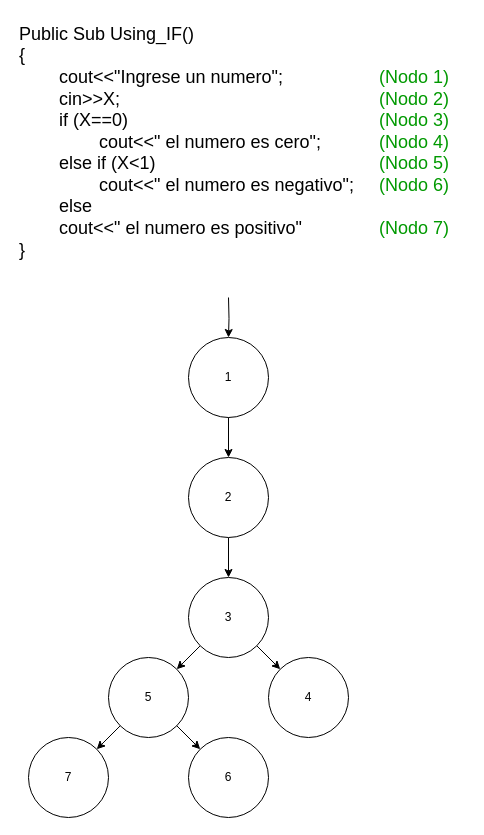
Above: page "Grafo_de_flujo_1A_V2" (1 of 3) of Grafos_TP4_MII.drawio in JEOrellano/draw.io_TP4_G12_MII_TUSI (draw.io), before the change. Source tidied: cells renumbered, new cells numbered last; positions are measured from the earlier drawing's top-left corner, leaving out a move shared by most shapes. Both pictures are drawn from the tidied source at 100%, with x=0, y=0 at pixel (17, 17).
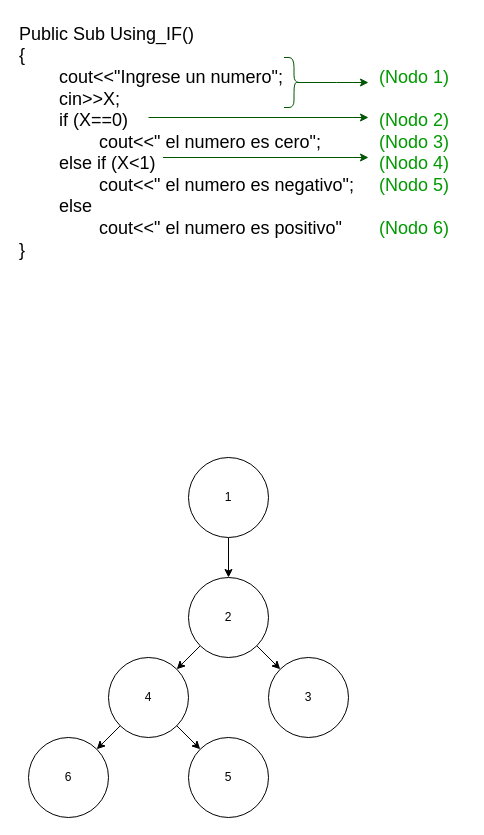
After the change.

Diff of the diagram source:
```diff
@@
-    <mxCell id="2" value="&lt;div&gt;&lt;span style=&quot;font-size: 18px;&quot;&gt;Public Sub Using_IF()&lt;/span&gt;&lt;/div&gt;&lt;div&gt;&lt;span style=&quot;font-size: 18px; background-color: initial;&quot;&gt;{&lt;/span&gt;&lt;br&gt;&lt;/div&gt;&lt;div&gt;&lt;span style=&quot;background-color: initial; font-size: 18px;&quot;&gt;&lt;span style=&quot;white-space: pre;&quot;&gt;&#9;&lt;/span&gt;cout&amp;lt;&amp;lt;&quot;Ingrese un numero&quot;;&lt;span style=&quot;white-space: pre;&quot;&gt;&#9;&lt;/span&gt;&lt;span style=&quot;white-space: pre;&quot;&gt;&#9;&lt;/span&gt;&lt;span style=&quot;white-space: pre;&quot;&gt;&#9;&lt;/span&gt;&lt;font color=&quot;#009900&quot;&gt;(Nodo 1)&lt;/font&gt;&lt;/span&gt;&lt;br&gt;&lt;/div&gt;&lt;div&gt;&lt;span style=&quot;font-size: 18px;&quot;&gt;&lt;span style=&quot;white-space: pre;&quot;&gt;&#9;&lt;/span&gt;cin&amp;gt;&amp;gt;X;&lt;span style=&quot;white-space: pre;&quot;&gt;&#9;&lt;/span&gt;&lt;span style=&quot;white-space: pre;&quot;&gt;&#9;&lt;/span&gt;&lt;span style=&quot;white-space: pre;&quot;&gt;&#9;&lt;/span&gt;&lt;span style=&quot;white-space: pre;&quot;&gt;&#9;&lt;/span&gt;&lt;span style=&quot;white-space: pre;&quot;&gt;&#9;&lt;/span&gt;&lt;span style=&quot;white-space: pre;&quot;&gt;&#9;&lt;/span&gt;&lt;span style=&quot;white-space: pre;&quot;&gt;&#9;&lt;/span&gt;&lt;font color=&quot;#009900&quot;&gt;(Nodo 2)&lt;/font&gt;&lt;/span&gt;&lt;/div&gt;&lt;div&gt;&lt;span style=&quot;font-size: 18px;&quot;&gt;&lt;span style=&quot;white-space: pre;&quot;&gt;&#9;&lt;/span&gt;if (X==0)&lt;span style=&quot;white-space: pre;&quot;&gt;&#9;&lt;/span&gt;&lt;span style=&quot;white-space: pre;&quot;&gt;&#9;&lt;/span&gt;&lt;span style=&quot;white-space: pre;&quot;&gt;&#9;&lt;/span&gt;&lt;span style=&quot;white-space: pre;&quot;&gt;&#9;&lt;/span&gt;&lt;span style=&quot;white-space: pre;&quot;&gt;&#9;&lt;/span&gt;&lt;span style=&quot;white-space: pre;&quot;&gt;&#9;&lt;/span&gt;&lt;span style=&quot;white-space: pre;&quot;&gt;&#9;&lt;/span&gt;&lt;font color=&quot;#009900&quot;&gt;(Nodo 3)&lt;/font&gt;&lt;/span&gt;&lt;/div&gt;&lt;div&gt;&lt;span style=&quot;font-size: 18px;&quot;&gt;&lt;span style=&quot;white-space: pre;&quot;&gt;&#9;&lt;/span&gt;&lt;span style=&quot;white-space: pre;&quot;&gt;&#9;&lt;/span&gt;cout&amp;lt;&amp;lt;&quot; el numero es cero&quot;;&lt;span style=&quot;white-space: pre;&quot;&gt;&#9;&lt;/span&gt;&lt;span style=&quot;white-space: pre;&quot;&gt;&#9;&lt;/span&gt;&lt;font color=&quot;#009900&quot;&gt;(Nodo 4)&lt;/font&gt;&lt;/span&gt;&lt;/div&gt;&lt;div&gt;&lt;span style=&quot;font-size: 18px;&quot;&gt;&lt;span style=&quot;white-space: pre;&quot;&gt;&#9;&lt;/span&gt;else if (X&amp;lt;1)&lt;span style=&quot;white-space: pre;&quot;&gt;&#9;&lt;/span&gt;&lt;span style=&quot;white-space: pre;&quot;&gt;&#9;&lt;/span&gt;&lt;span style=&quot;white-space: pre;&quot;&gt;&#9;&lt;/span&gt;&lt;span style=&quot;white-space: pre;&quot;&gt;&#9;&lt;/span&gt;&lt;span style=&quot;white-space: pre;&quot;&gt;&#9;&lt;/span&gt;&lt;span style=&quot;white-space: pre;&quot;&gt;&#9;&lt;/span&gt;&lt;font color=&quot;#009900&quot;&gt;(Nodo 5)&lt;/font&gt;&lt;/span&gt;&lt;/div&gt;&lt;div&gt;&lt;span style=&quot;font-size: 18px; background-color: initial;&quot;&gt;&lt;span style=&quot;white-space: pre;&quot;&gt;&#9;&lt;/span&gt;&lt;span style=&quot;white-space: pre;&quot;&gt;&#9;&lt;/span&gt;cout&amp;lt;&amp;lt;&quot; el numero es negativo&quot;;&lt;span style=&quot;white-space: pre;&quot;&gt;&#9;&lt;/span&gt;&lt;font color=&quot;#009900&quot;&gt;(Nodo 6)&lt;/font&gt;&lt;/span&gt;&lt;br&gt;&lt;/div&gt;&lt;div&gt;&lt;span style=&quot;font-size: 18px;&quot;&gt;&lt;span style=&quot;white-space: pre;&quot;&gt;&#9;&lt;/span&gt;else&lt;/span&gt;&lt;/div&gt;&lt;div&gt;&lt;span style=&quot;font-size: 18px;&quot;&gt;&lt;span style=&quot;white-space: pre;&quot;&gt;&#9;&lt;/span&gt;cout&amp;lt;&amp;lt;&quot; el numero es positivo&quot;&lt;span style=&quot;white-space: pre;&quot;&gt;&#9;&lt;/span&gt;&lt;span style=&quot;white-space: pre;&quot;&gt;&#9;&lt;/span&gt;&lt;font color=&quot;#009900&quot;&gt;(Nodo 7)&lt;/font&gt;&lt;/span&gt;&lt;/div&gt;&lt;div&gt;&lt;span style=&quot;font-size: 18px;&quot;&gt;}&lt;br&gt;&lt;/span&gt;&lt;/div&gt;" style="text;html=1;align=left;verticalAlign=middle;strokeColor=none;fillColor=none;" parent="1" vertex="1">
-      <mxGeometry width="450" height="250" as="geometry" />
-    </mxCell>
-    <mxCell id="3" style="edgeStyle=orthogonalEdgeStyle;rounded=0;jettySize=auto;html=1;entryX=0.5;entryY=0;entryDx=0;entryDy=0;" parent="1" edge="1" target="4">
-      <mxGeometry relative="1" as="geometry">
-        <mxPoint x="211" y="280" as="sourcePoint" />
-      </mxGeometry>
-    </mxCell>
-    <mxCell id="4" value="1" style="ellipse;whiteSpace=wrap;html=1;" parent="1" vertex="1">
-      <mxGeometry x="171" y="320" width="80" height="80" as="geometry" />
-    </mxCell>
@@
-    <mxCell id="7" value="2" style="ellipse;whiteSpace=wrap;html=1;" parent="1" vertex="1">
+    <mxCell id="7" value="1" style="ellipse;whiteSpace=wrap;html=1;" parent="1" vertex="1">
       <mxGeometry x="171" y="440" width="80" height="80" as="geometry" />
     </mxCell>
-    <mxCell id="8" style="edgeStyle=orthogonalEdgeStyle;rounded=0;jettySize=auto;html=1;entryX=0.5;entryY=0;entryDx=0;entryDy=0;exitX=0.5;exitY=1;exitDx=0;exitDy=0;" parent="1" edge="1" source="4" target="7">
-      <mxGeometry relative="1" as="geometry" />
-    </mxCell>
@@
-    <mxCell id="10" value="5" style="ellipse;whiteSpace=wrap;html=1;" parent="1" vertex="1">
+    <mxCell id="10" value="4" style="ellipse;whiteSpace=wrap;html=1;" parent="1" vertex="1">
       <mxGeometry x="91" y="640" width="80" height="80" as="geometry" />
     </mxCell>
-    <mxCell id="11" value="4" style="ellipse;whiteSpace=wrap;html=1;" parent="1" vertex="1">
+    <mxCell id="11" value="3" style="ellipse;whiteSpace=wrap;html=1;" parent="1" vertex="1">
       <mxGeometry x="251" y="640" width="80" height="80" as="geometry" />
     </mxCell>
-    <mxCell id="12" value="3" style="ellipse;whiteSpace=wrap;html=1;" parent="1" vertex="1">
+    <mxCell id="12" value="2" style="ellipse;whiteSpace=wrap;html=1;" parent="1" vertex="1">
       <mxGeometry x="171" y="560" width="80" height="80" as="geometry" />
     </mxCell>
@@
-    <mxCell id="14" value="7" style="ellipse;whiteSpace=wrap;html=1;" parent="1" vertex="1">
+    <mxCell id="14" value="6" style="ellipse;whiteSpace=wrap;html=1;" parent="1" vertex="1">
       <mxGeometry x="11" y="720" width="80" height="80" as="geometry" />
     </mxCell>
@@
-    <mxCell id="16" value="6" style="ellipse;whiteSpace=wrap;html=1;" parent="1" vertex="1">
+    <mxCell id="16" value="5" style="ellipse;whiteSpace=wrap;html=1;" parent="1" vertex="1">
       <mxGeometry x="171" y="720" width="80" height="80" as="geometry" />
     </mxCell>
+    <mxCell id="17" value="&lt;div&gt;&lt;span style=&quot;font-size: 18px;&quot;&gt;Public Sub Using_IF()&lt;/span&gt;&lt;/div&gt;&lt;div&gt;&lt;span style=&quot;font-size: 18px; background-color: initial;&quot;&gt;{&lt;/span&gt;&lt;br&gt;&lt;/div&gt;&lt;div&gt;&lt;span style=&quot;background-color: initial; font-size: 18px;&quot;&gt;&lt;span style=&quot;white-space: pre;&quot;&gt;&#9;&lt;/span&gt;cout&amp;lt;&amp;lt;&quot;Ingrese un numero&quot;;&lt;span style=&quot;white-space: pre;&quot;&gt;&#9;&lt;/span&gt;&lt;span style=&quot;white-space: pre;&quot;&gt;&#9;&lt;/span&gt;&lt;span style=&quot;white-space: pre;&quot;&gt;&#9;&lt;/span&gt;&lt;font color=&quot;#009900&quot;&gt;(Nodo 1)&lt;/font&gt;&lt;/span&gt;&lt;br&gt;&lt;/div&gt;&lt;div&gt;&lt;span style=&quot;font-size: 18px;&quot;&gt;&lt;span style=&quot;white-space: pre;&quot;&gt;&#9;&lt;/span&gt;cin&amp;gt;&amp;gt;X;&lt;span style=&quot;white-space: pre;&quot;&gt;&#9;&lt;/span&gt;&lt;span style=&quot;white-space: pre;&quot;&gt;&#9;&lt;/span&gt;&lt;span style=&quot;white-space: pre;&quot;&gt;&#9;&lt;/span&gt;&lt;span style=&quot;white-space: pre;&quot;&gt;&#9;&lt;/span&gt;&lt;span style=&quot;white-space: pre;&quot;&gt;&#9;&lt;/span&gt;&lt;span style=&quot;white-space: pre;&quot;&gt;&#9;&lt;/span&gt;&lt;span style=&quot;white-space: pre;&quot;&gt;&#9;&lt;/span&gt;&lt;/span&gt;&lt;/div&gt;&lt;div&gt;&lt;span style=&quot;font-size: 18px;&quot;&gt;&lt;span style=&quot;white-space: pre;&quot;&gt;&#9;&lt;/span&gt;if (X==0)&lt;span style=&quot;white-space: pre;&quot;&gt;&#9;&lt;/span&gt;&lt;span style=&quot;white-space: pre;&quot;&gt;&#9;&lt;/span&gt;&lt;span style=&quot;white-space: pre;&quot;&gt;&#9;&lt;/span&gt;&lt;span style=&quot;white-space: pre;&quot;&gt;&#9;&lt;/span&gt;&lt;span style=&quot;white-space: pre;&quot;&gt;&#9;&lt;/span&gt;&lt;span style=&quot;white-space: pre;&quot;&gt;&#9;&lt;/span&gt;&lt;span style=&quot;white-space: pre;&quot;&gt;&#9;&lt;/span&gt;&lt;font color=&quot;#009900&quot;&gt;(Nodo 2)&lt;/font&gt;&lt;/span&gt;&lt;/div&gt;&lt;div&gt;&lt;span style=&quot;font-size: 18px;&quot;&gt;&lt;span style=&quot;white-space: pre;&quot;&gt;&#9;&lt;/span&gt;&lt;span style=&quot;white-space: pre;&quot;&gt;&#9;&lt;/span&gt;cout&amp;lt;&amp;lt;&quot; el numero es cero&quot;;&lt;span style=&quot;white-space: pre;&quot;&gt;&#9;&lt;/span&gt;&lt;span style=&quot;white-space: pre;&quot;&gt;&#9;&lt;/span&gt;&lt;font color=&quot;#009900&quot;&gt;(Nodo 3)&lt;/font&gt;&lt;/span&gt;&lt;/div&gt;&lt;div&gt;&lt;span style=&quot;font-size: 18px;&quot;&gt;&lt;span style=&quot;white-space: pre;&quot;&gt;&#9;&lt;/span&gt;else if (X&amp;lt;1)&lt;span style=&quot;white-space: pre;&quot;&gt;&#9;&lt;/span&gt;&lt;span style=&quot;white-space: pre;&quot;&gt;&#9;&lt;/span&gt;&lt;span style=&quot;white-space: pre;&quot;&gt;&#9;&lt;/span&gt;&lt;span style=&quot;white-space: pre;&quot;&gt;&#9;&lt;/span&gt;&lt;span style=&quot;white-space: pre;&quot;&gt;&#9;&lt;/span&gt;&lt;span style=&quot;white-space: pre;&quot;&gt;&#9;&lt;/span&gt;&lt;font color=&quot;#009900&quot;&gt;(Nodo 4)&lt;/font&gt;&lt;/span&gt;&lt;/div&gt;&lt;div&gt;&lt;span style=&quot;font-size: 18px; background-color: initial;&quot;&gt;&lt;span style=&quot;white-space: pre;&quot;&gt;&#9;&lt;/span&gt;&lt;span style=&quot;white-space: pre;&quot;&gt;&#9;&lt;/span&gt;cout&amp;lt;&amp;lt;&quot; el numero es negativo&quot;;&lt;span style=&quot;white-space: pre;&quot;&gt;&#9;&lt;/span&gt;&lt;font color=&quot;#009900&quot;&gt;(Nodo 5)&lt;/font&gt;&lt;/span&gt;&lt;br&gt;&lt;/div&gt;&lt;div&gt;&lt;span style=&quot;font-size: 18px;&quot;&gt;&lt;span style=&quot;white-space: pre;&quot;&gt;&#9;&lt;/span&gt;else&lt;/span&gt;&lt;/div&gt;&lt;div&gt;&lt;span style=&quot;font-size: 18px;&quot;&gt;&lt;span style=&quot;white-space: pre;&quot;&gt;&#9;&lt;span style=&quot;white-space: pre;&quot;&gt;&#9;&lt;/span&gt;&lt;/span&gt;cout&amp;lt;&amp;lt;&quot; el numero es positivo&quot;&lt;span style=&quot;white-space: pre;&quot;&gt;&#9;&lt;/span&gt;&lt;font color=&quot;#009900&quot;&gt;(Nodo 6)&lt;/font&gt;&lt;/span&gt;&lt;/div&gt;&lt;div&gt;&lt;span style=&quot;font-size: 18px;&quot;&gt;}&lt;br&gt;&lt;/span&gt;&lt;/div&gt;" style="text;html=1;align=left;verticalAlign=middle;strokeColor=none;fillColor=none;" parent="1" vertex="1">
+      <mxGeometry width="450" height="250" as="geometry" />
+    </mxCell>
+    <mxCell id="18" style="edgeStyle=orthogonalEdgeStyle;rounded=0;jettySize=auto;html=1;exitX=0.1;exitY=0.5;exitDx=0;exitDy=0;exitPerimeter=0;fillColor=#008a00;strokeColor=#005700;" parent="1" edge="1" source="19">
+      <mxGeometry relative="1" as="geometry">
+        <mxPoint x="351" y="65" as="targetPoint" />
+      </mxGeometry>
+    </mxCell>
+    <mxCell id="19" style="shape=curlyBracket;whiteSpace=wrap;html=1;rounded=1;flipH=1;labelPosition=right;verticalLabelPosition=middle;align=left;verticalAlign=middle;fillColor=#008a00;strokeColor=#005700;fontColor=#ffffff;" parent="1" vertex="1">
+      <mxGeometry x="266.5" y="40" width="20" height="50" as="geometry" />
+    </mxCell>
+    <mxCell id="20" style="edgeStyle=orthogonalEdgeStyle;rounded=0;orthogonalLoop=1;jettySize=auto;html=1;fillColor=#008a00;strokeColor=#005700;" parent="1" edge="1">
+      <mxGeometry relative="1" as="geometry">
+        <mxPoint x="131" y="100" as="sourcePoint" />
+        <mxPoint x="351" y="100" as="targetPoint" />
+      </mxGeometry>
+    </mxCell>
+    <mxCell id="21" style="edgeStyle=orthogonalEdgeStyle;rounded=0;orthogonalLoop=1;jettySize=auto;html=1;fillColor=#008a00;strokeColor=#005700;" parent="1" edge="1">
+      <mxGeometry relative="1" as="geometry">
+        <mxPoint x="145.5" y="140" as="sourcePoint" />
+        <mxPoint x="351" y="140" as="targetPoint" />
+      </mxGeometry>
+    </mxCell>
```
